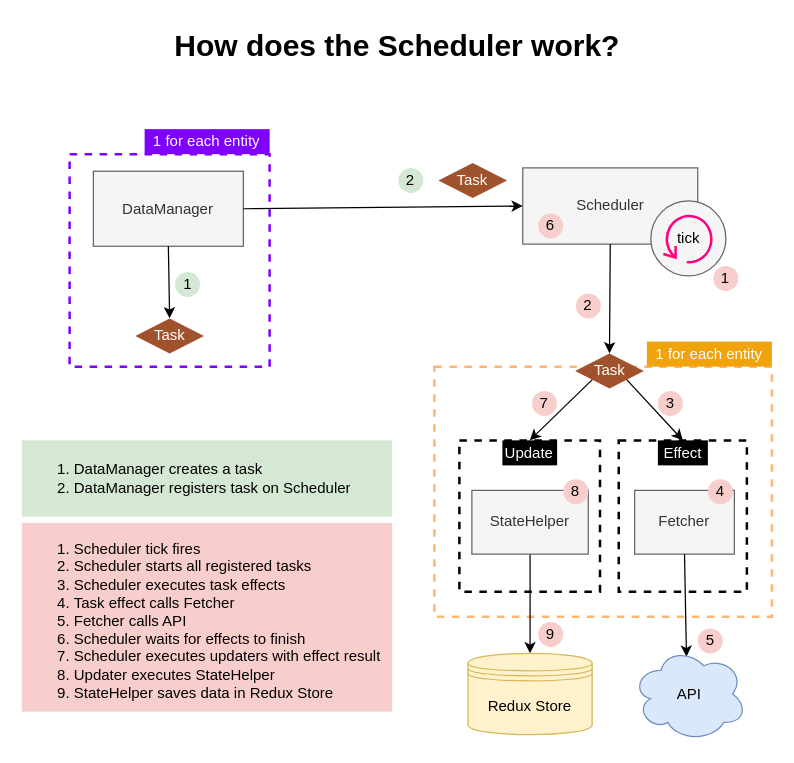
Above: docs/design/img/scheduler.drawio in inmanta/web-console (draw.io), before the change. Source tidied: cells renumbered, new cells numbered last; positions are measured from the earlier drawing's top-left corner, leaving out a move shared by most shapes. Both pictures are drawn from the tidied source at 125%, with x=0, y=0 at pixel (21, 21).
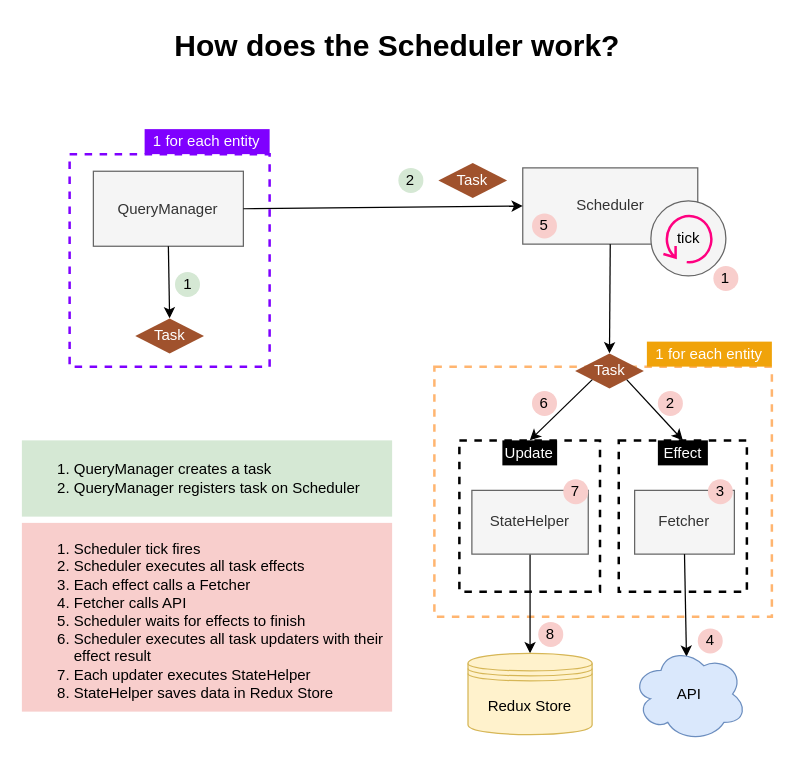
Above is the later version.

Commit message (it also covers changes not shown here):
Improve naming of QueryManager and QueryResolver

What changed in the source:
```diff
@@
-    <mxCell id="4" value="DataManager" style="whiteSpace=wrap;html=1;rounded=0;fillColor=#f5f5f5;strokeColor=#666666;fontColor=#333333;" parent="1" vertex="1">
+    <mxCell id="4" value="QueryManager" style="whiteSpace=wrap;html=1;rounded=0;fillColor=#f5f5f5;strokeColor=#666666;fontColor=#333333;" parent="1" vertex="1">
       <mxGeometry x="57.2" y="119.5" width="120" height="60" as="geometry" />
     </mxCell>
@@
-    <mxCell id="13" value="&lt;ol&gt;&lt;li&gt;Scheduler tick fires&lt;/li&gt;&lt;li&gt;Scheduler starts all registered tasks&lt;/li&gt;&lt;li&gt;Scheduler executes task effects&lt;/li&gt;&lt;li&gt;Task effect calls Fetcher&lt;/li&gt;&lt;li&gt;Fetcher calls API&lt;/li&gt;&lt;li&gt;Scheduler waits for effects to finish&lt;/li&gt;&lt;li&gt;Scheduler executes updaters with effect result&lt;/li&gt;&lt;li&gt;Updater executes StateHelper&lt;/li&gt;&lt;li&gt;StateHelper saves data in Redux Store&lt;/li&gt;&lt;/ol&gt;" style="text;html=1;whiteSpace=wrap;verticalAlign=middle;overflow=hidden;strokeWidth=2;align=left;fillColor=#f8cecc;dashed=1;dashPattern=1 1;" parent="1" vertex="1">
+    <mxCell id="13" value="&lt;ol&gt;&lt;li&gt;Scheduler tick fires&lt;/li&gt;&lt;li&gt;Scheduler executes all task effects&lt;/li&gt;&lt;li&gt;Each effect calls a Fetcher&lt;/li&gt;&lt;li&gt;Fetcher calls API&lt;/li&gt;&lt;li&gt;Scheduler waits for effects to finish&lt;/li&gt;&lt;li&gt;Scheduler executes all task updaters with their effect result&lt;/li&gt;&lt;li&gt;Each updater executes StateHelper&lt;/li&gt;&lt;li&gt;StateHelper saves data in Redux Store&lt;/li&gt;&lt;/ol&gt;" style="text;html=1;whiteSpace=wrap;verticalAlign=middle;overflow=hidden;strokeWidth=2;align=left;fillColor=#f8cecc;dashed=1;dashPattern=1 1;" parent="1" vertex="1">
       <mxGeometry y="400.8" width="296.2" height="151" as="geometry" />
     </mxCell>
@@
-    <mxCell id="15" value="2" style="ellipse;whiteSpace=wrap;html=1;strokeWidth=2;fillColor=#f8cecc;strokeColor=none;" parent="1" vertex="1">
-      <mxGeometry x="443.2" y="217.2" width="20" height="20" as="geometry" />
-    </mxCell>
@@
-    <mxCell id="17" value="&lt;ol&gt;&lt;li&gt;DataManager creates a task&lt;/li&gt;&lt;li&gt;DataManager registers task on Scheduler&lt;/li&gt;&lt;/ol&gt;" style="text;html=1;whiteSpace=wrap;verticalAlign=middle;overflow=hidden;strokeWidth=2;align=left;fillColor=#d5e8d4;dashed=1;dashPattern=1 1;" parent="1" vertex="1">
+    <mxCell id="17" value="&lt;ol&gt;&lt;li&gt;QueryManager creates a task&lt;/li&gt;&lt;li&gt;QueryManager registers task on Scheduler&lt;/li&gt;&lt;/ol&gt;" style="text;html=1;whiteSpace=wrap;verticalAlign=middle;overflow=hidden;strokeWidth=2;align=left;fillColor=#d5e8d4;dashed=1;dashPattern=1 1;" parent="1" vertex="1">
       <mxGeometry y="334.8" width="296.2" height="61" as="geometry" />
     </mxCell>
@@
-    <mxCell id="33" value="4" style="ellipse;whiteSpace=wrap;html=1;strokeWidth=2;fillColor=#f8cecc;strokeColor=none;" parent="1" vertex="1">
+    <mxCell id="33" value="3" style="ellipse;whiteSpace=wrap;html=1;strokeWidth=2;fillColor=#f8cecc;strokeColor=none;" parent="1" vertex="1">
       <mxGeometry x="548.8" y="365.8" width="20" height="20" as="geometry" />
     </mxCell>
-    <mxCell id="34" value="8" style="ellipse;whiteSpace=wrap;html=1;strokeWidth=2;fillColor=#f8cecc;strokeColor=none;" parent="1" vertex="1">
+    <mxCell id="34" value="7" style="ellipse;whiteSpace=wrap;html=1;strokeWidth=2;fillColor=#f8cecc;strokeColor=none;" parent="1" vertex="1">
       <mxGeometry x="433.1" y="365.8" width="20" height="20" as="geometry" />
     </mxCell>
@@
-    <mxCell id="36" value="3" style="ellipse;whiteSpace=wrap;html=1;strokeWidth=2;fillColor=#f8cecc;strokeColor=none;" parent="1" vertex="1">
+    <mxCell id="36" value="2" style="ellipse;whiteSpace=wrap;html=1;strokeWidth=2;fillColor=#f8cecc;strokeColor=none;" parent="1" vertex="1">
       <mxGeometry x="508.8" y="295.2" width="20" height="20" as="geometry" />
     </mxCell>
-    <mxCell id="37" value="7" style="ellipse;whiteSpace=wrap;html=1;strokeWidth=2;fillColor=#f8cecc;strokeColor=none;" parent="1" vertex="1">
+    <mxCell id="37" value="6" style="ellipse;whiteSpace=wrap;html=1;strokeWidth=2;fillColor=#f8cecc;strokeColor=none;" parent="1" vertex="1">
       <mxGeometry x="408.1" y="295.2" width="20" height="20" as="geometry" />
     </mxCell>
@@
-    <mxCell id="39" value="6" style="ellipse;whiteSpace=wrap;html=1;strokeWidth=2;fillColor=#f8cecc;strokeColor=none;" parent="1" vertex="1">
-      <mxGeometry x="413.1" y="153.2" width="20" height="20" as="geometry" />
-    </mxCell>
-    <mxCell id="40" value="9" style="ellipse;whiteSpace=wrap;html=1;strokeWidth=2;fillColor=#f8cecc;strokeColor=none;" parent="1" vertex="1">
+    <mxCell id="40" value="8" style="ellipse;whiteSpace=wrap;html=1;strokeWidth=2;fillColor=#f8cecc;strokeColor=none;" parent="1" vertex="1">
       <mxGeometry x="413.1" y="480" width="20" height="20" as="geometry" />
     </mxCell>
-    <mxCell id="41" value="5" style="ellipse;whiteSpace=wrap;html=1;strokeWidth=2;fillColor=#f8cecc;strokeColor=none;" parent="1" vertex="1">
+    <mxCell id="41" value="4" style="ellipse;whiteSpace=wrap;html=1;strokeWidth=2;fillColor=#f8cecc;strokeColor=none;" parent="1" vertex="1">
       <mxGeometry x="540.7" y="485.2" width="20" height="20" as="geometry" />
     </mxCell>
+    <mxCell id="39" value="5" style="ellipse;whiteSpace=wrap;html=1;strokeWidth=2;fillColor=#f8cecc;strokeColor=none;" parent="1" vertex="1">
+      <mxGeometry x="408.1" y="153.2" width="20" height="20" as="geometry" />
+    </mxCell>
```
